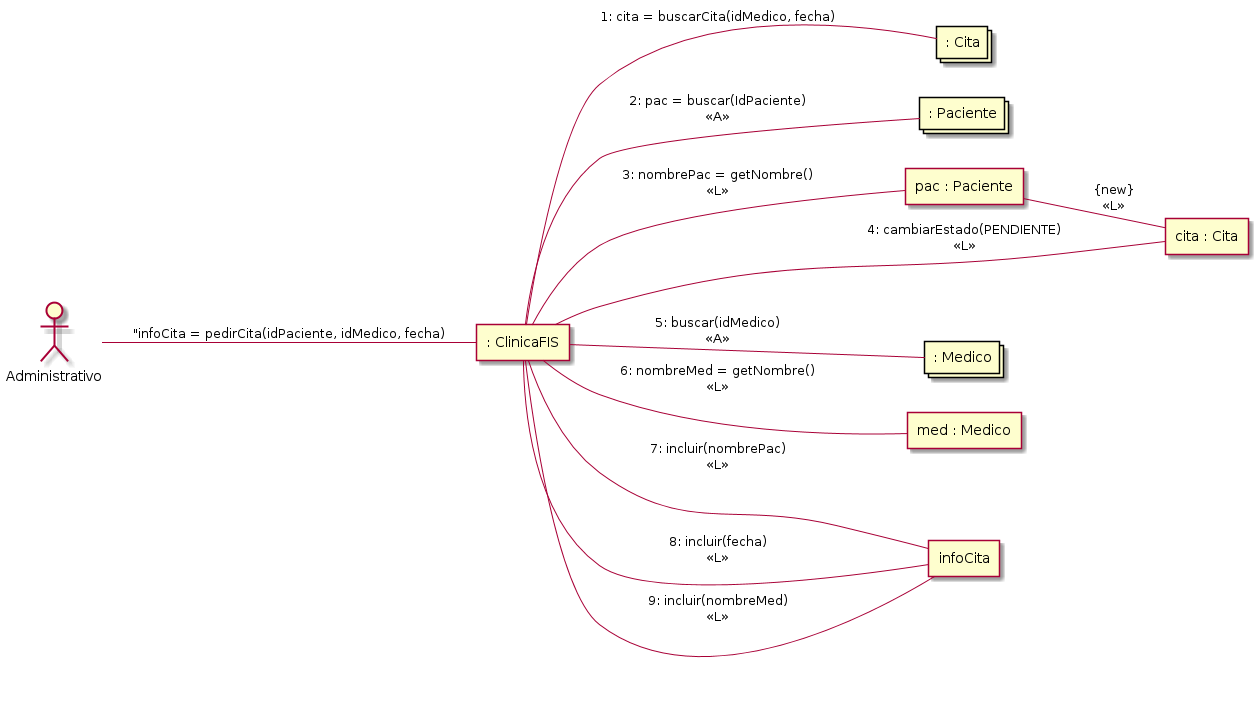
Before: p4/Diagramas/pedircita.png, a diagram exported from PlantUML (jmml97/fis-practicas). Source of this version:
```plantuml
@startuml
left to right direction

actor Administrativo

agent ": ClinicaFIS" as FIS
collections ": Cita" as cita
collections ": Paciente" as p
agent "pac : Paciente" as pac
agent "cita : Cita" as c
collections ": Medico" as m
agent "med : Medico" as med
agent infoCita

Administrativo -- FIS : "infoCita = pedirCita(idPaciente, idMedico, fecha)
FIS -- cita : "1: cita = buscarCita(idMedico, fecha)"
FIS -- p : "2: pac = buscar(IdPaciente)\n<<A>>"
FIS -- pac : "3: nombrePac = getNombre()\n<<L>>"
pac -- c : "{new}\n<<L>>"
FIS -- c : "4: cambiarEstado(PENDIENTE)\n<<L>>"
FIS -- m : "5: buscar(idMedico)\n<<A>>"
FIS -- med : "6: nombreMed = getNombre()\n<<L>>"
FIS -- infoCita : "7: incluir(nombrePac)\n<<L>>"
FIS -- infoCita : "8: incluir(fecha)\n<<L>>"
FIS -- infoCita : "9: incluir(nombreMed)\n<<L>>"

@enduml
```
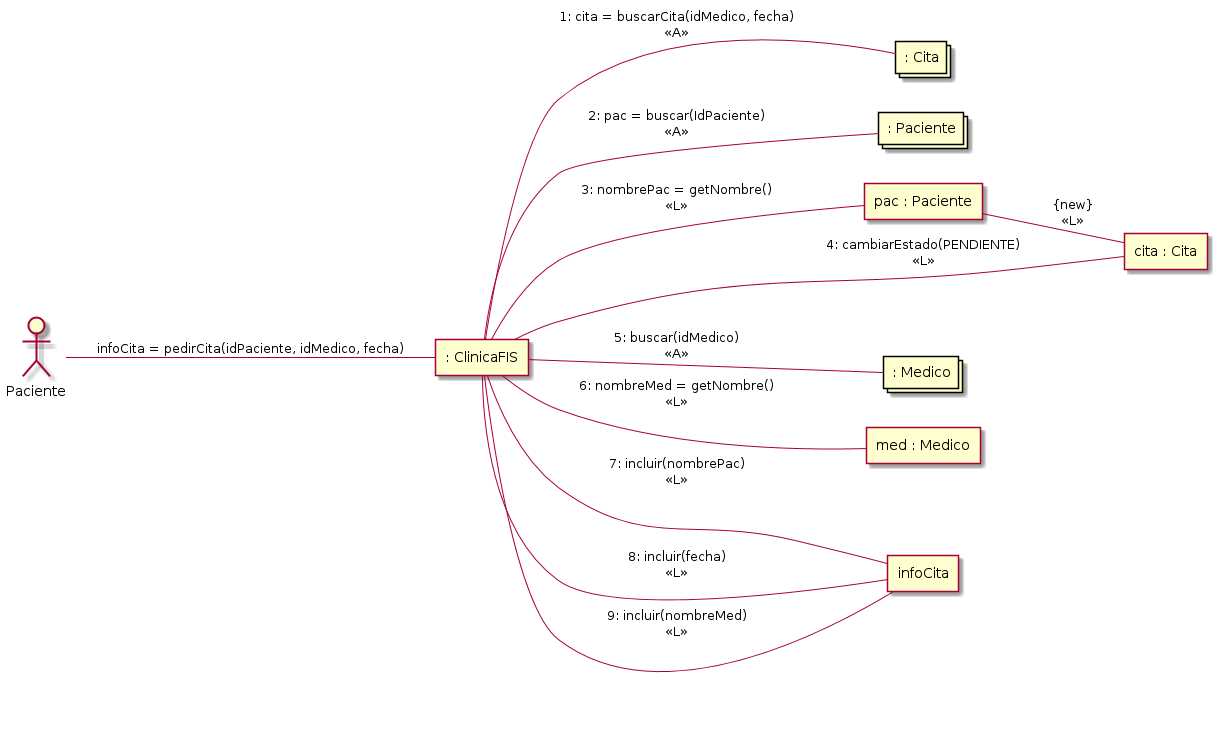
The same file after the commit.

Diff of the diagram source:
```diff
@@ -1,7 +1,7 @@
 @startuml
 left to right direction
 
-actor Administrativo
+actor Paciente
 
 agent ": ClinicaFIS" as FIS
 collections ": Cita" as cita
@@ -12,8 +12,8 @@
 agent "med : Medico" as med
 agent infoCita
 
-Administrativo -- FIS : "infoCita = pedirCita(idPaciente, idMedico, fecha)
-FIS -- cita : "1: cita = buscarCita(idMedico, fecha)"
+Paciente -- FIS : "infoCita = pedirCita(idPaciente, idMedico, fecha)"
+FIS -- cita : "1: cita = buscarCita(idMedico, fecha)\n<<A>>"
 FIS -- p : "2: pac = buscar(IdPaciente)\n<<A>>"
 FIS -- pac : "3: nombrePac = getNombre()\n<<L>>"
 pac -- c : "{new}\n<<L>>"
```
